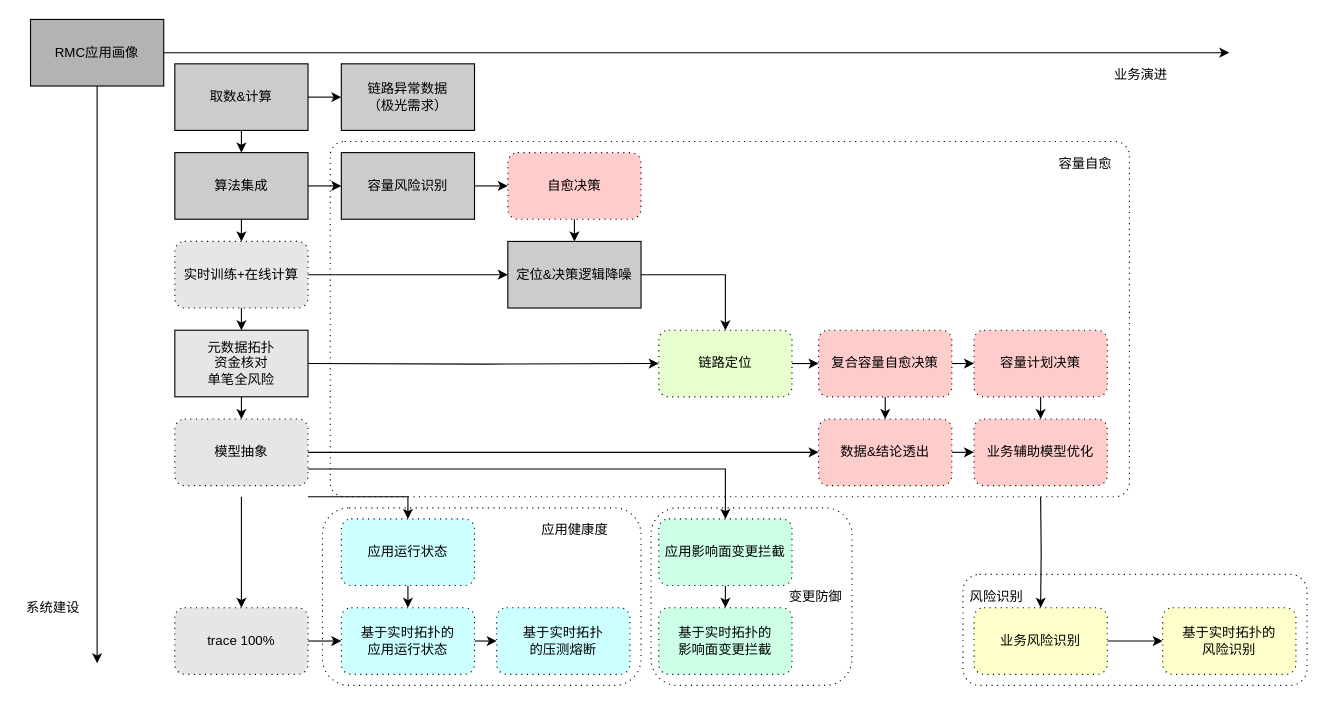
Earlier version of the draw.io diagram 容量风险识别.drawio (frankneu/draw.io). Source tidied: cells renumbered, new cells numbered last; positions are measured from the earlier drawing's top-left corner, leaving out a move shared by most shapes. Both pictures are drawn from the tidied source at 111%, with x=0, y=0 at pixel (19, 19).
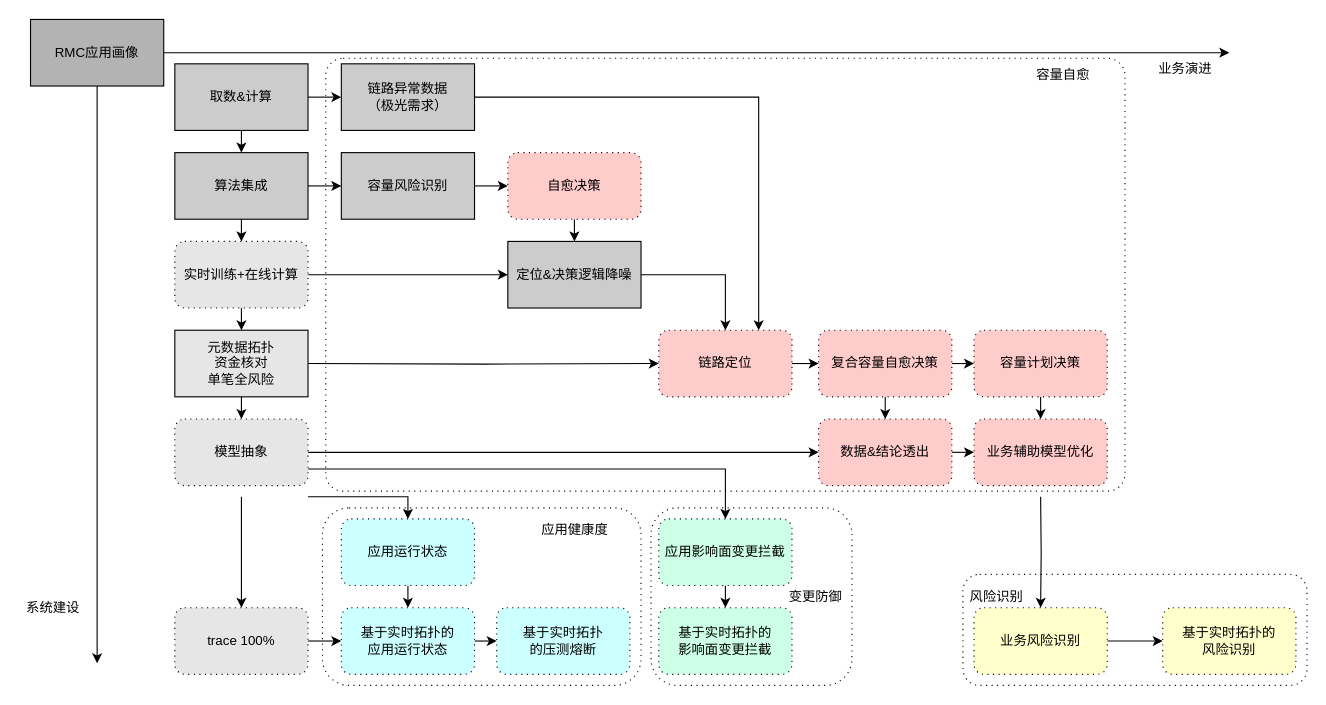
Above is the later version.

Commit message:
Update 容量风险识别.drawio

Unchanged cells that the change refers to:
```xml
<mxCell id="20" value="链路异常数据&lt;br&gt;（极光需求）" style="rounded=0;whiteSpace=wrap;html=1;fillColor=#CCCCCC;" parent="1" vertex="1">
  <mxGeometry x="290" y="40" width="120" height="60" as="geometry" />
</mxCell>
```

Diff of the diagram source:
```diff
@@
     <mxCell id="2" style="shape=ext;rounded=1;html=1;whiteSpace=wrap;dashed=1;dashPattern=1 4;fillColor=none;arcSize=4;" parent="1" vertex="1">
-      <mxGeometry x="280" y="110" width="720" height="320" as="geometry" />
+      <mxGeometry x="276" y="35" width="720" height="390" as="geometry" />
     </mxCell>
@@
-    <mxCell id="19" value="&lt;span&gt;链路定位&lt;/span&gt;" style="shape=ext;rounded=1;html=1;whiteSpace=wrap;dashed=1;dashPattern=1 4;fillColor=#E6FFCC;" parent="1" vertex="1">
+    <mxCell id="19" value="&lt;span&gt;链路定位&lt;/span&gt;" style="shape=ext;rounded=1;html=1;whiteSpace=wrap;dashed=1;dashPattern=1 4;fillColor=#FFCCCC;" parent="1" vertex="1">
       <mxGeometry x="576" y="280" width="120" height="60" as="geometry" />
     </mxCell>
+    <mxCell id="63" style="edgeStyle=orthogonalEdgeStyle;rounded=0;jettySize=auto;html=1;exitX=1;exitY=0.5;exitDx=0;exitDy=0;entryX=0.75;entryY=0;entryDx=0;entryDy=0;" parent="1" edge="1" source="20" target="19">
+      <mxGeometry relative="1" as="geometry" />
+    </mxCell>
@@
     <mxCell id="30" value="业务演进" style="text;html=1;align=center;verticalAlign=middle;" parent="1" vertex="1">
-      <mxGeometry x="980" y="40" width="60" height="20" as="geometry" />
+      <mxGeometry x="1020" y="35" width="60" height="20" as="geometry" />
     </mxCell>
@@
     <mxCell id="62" value="容量自愈" style="text;html=1;align=center;verticalAlign=middle;" parent="1" vertex="1">
-      <mxGeometry x="930" y="120" width="60" height="20" as="geometry" />
+      <mxGeometry x="910" y="40" width="60" height="20" as="geometry" />
     </mxCell>
```
